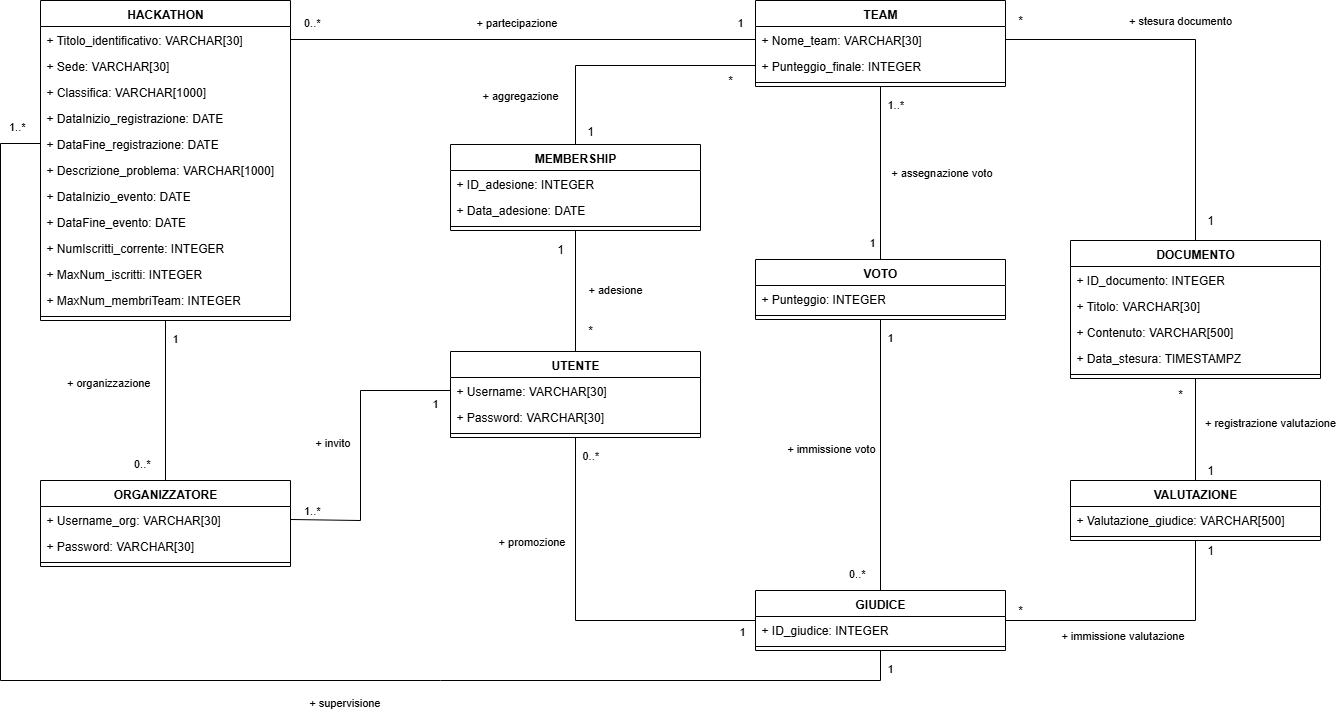
RyoSpikes/ProgettoBasiDati2025 keeps this draw.io diagram as Documentazione/Immagini/Hackathon_UMLRistrutturato.png. Above is the earlier version. Source tidied: cells renumbered, new cells last; positions are measured from the earlier drawing's top-left corner, leaving out a move shared by most shapes.
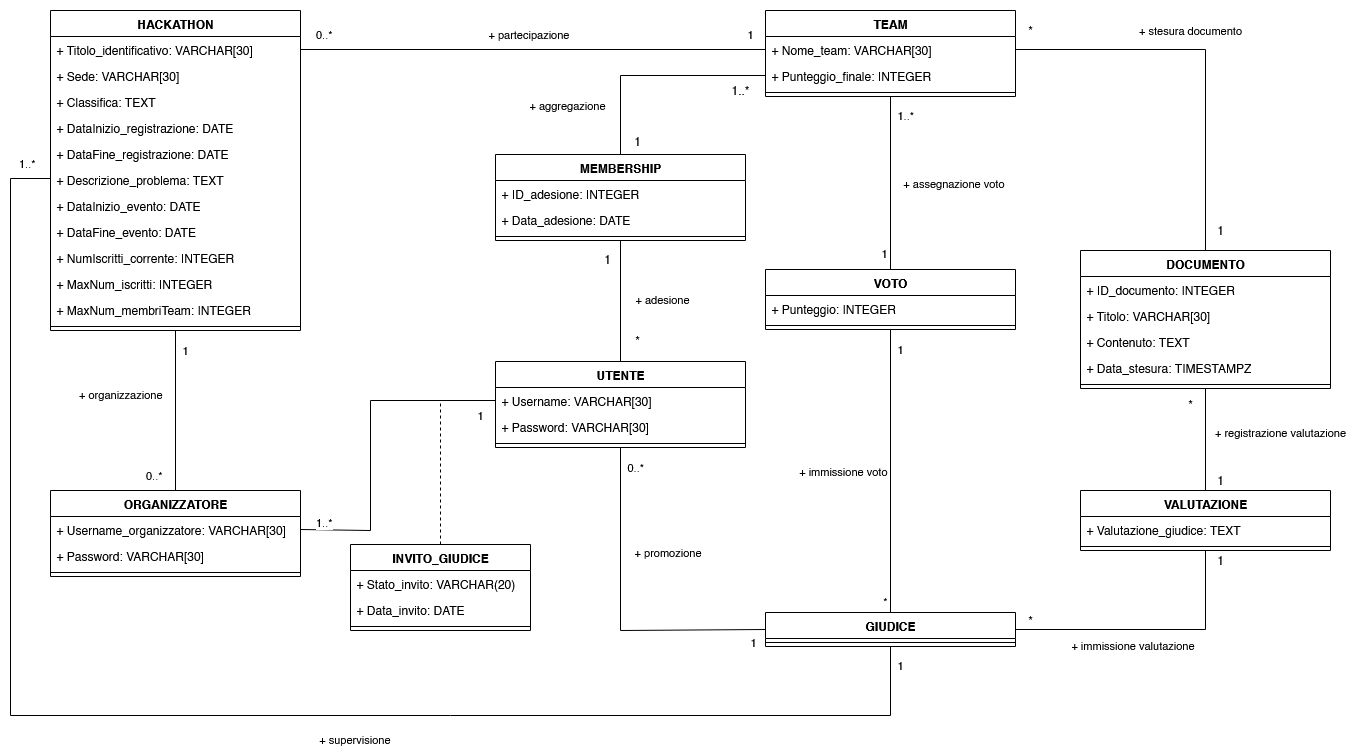
The same diagram one commit later.

Commit message:
Update UML diagram and regenerate LaTeX outputs

What changed in the source:
```diff
@@ -11,7 +11,7 @@
     <mxCell id="4" value="+ Sede: VARCHAR[30]" style="text;strokeColor=none;fillColor=none;align=left;verticalAlign=top;spacingLeft=4;spacingRight=4;overflow=hidden;whiteSpace=wrap;html=1;" parent="2" vertex="1">
       <mxGeometry y="52" width="250" height="26" as="geometry" />
     </mxCell>
-    <mxCell id="5" value="+ Classifica: VARCHAR[1000]" style="text;strokeColor=none;fillColor=none;align=left;verticalAlign=top;spacingLeft=4;spacingRight=4;overflow=hidden;whiteSpace=wrap;html=1;" parent="2" vertex="1">
+    <mxCell id="5" value="+ Classifica: TEXT" style="text;strokeColor=none;fillColor=none;align=left;verticalAlign=top;spacingLeft=4;spacingRight=4;overflow=hidden;whiteSpace=wrap;html=1;" parent="2" vertex="1">
       <mxGeometry y="78" width="250" height="26" as="geometry" />
     </mxCell>
     <mxCell id="6" value="+ DataInizio_registrazione: DATE" style="text;strokeColor=none;fillColor=none;align=left;verticalAlign=top;spacingLeft=4;spacingRight=4;overflow=hidden;whiteSpace=wrap;html=1;" parent="2" vertex="1">
@@ -20,7 +20,7 @@
     <mxCell id="7" value="+ DataFine_registrazione:&amp;nbsp;DATE" style="text;strokeColor=none;fillColor=none;align=left;verticalAlign=top;spacingLeft=4;spacingRight=4;overflow=hidden;points=[[0,0.5],[1,0.5]];portConstraint=eastwest;whiteSpace=wrap;html=1;" parent="2" vertex="1">
       <mxGeometry y="130" width="250" height="26" as="geometry" />
     </mxCell>
-    <mxCell id="8" value="+ Descrizione_problema: VARCHAR[1000]" style="text;strokeColor=none;fillColor=none;align=left;verticalAlign=top;spacingLeft=4;spacingRight=4;overflow=hidden;whiteSpace=wrap;html=1;" parent="2" vertex="1">
+    <mxCell id="8" value="+ Descrizione_problema: TEXT" style="text;strokeColor=none;fillColor=none;align=left;verticalAlign=top;spacingLeft=4;spacingRight=4;overflow=hidden;whiteSpace=wrap;html=1;" parent="2" vertex="1">
       <mxGeometry y="156" width="250" height="26" as="geometry" />
     </mxCell>
     <mxCell id="9" value="+ DataInizio_evento: DATE" style="text;strokeColor=none;fillColor=none;align=left;verticalAlign=top;spacingLeft=4;spacingRight=4;overflow=hidden;whiteSpace=wrap;html=1;" parent="2" vertex="1">
@@ -35,9 +35,9 @@
     <mxCell id="12" value="+ MaxNum_iscritti: INTEGER" style="text;strokeColor=none;fillColor=none;align=left;verticalAlign=top;spacingLeft=4;spacingRight=4;overflow=hidden;whiteSpace=wrap;html=1;" parent="2" vertex="1">
       <mxGeometry y="260" width="250" height="26" as="geometry" />
     </mxCell>
-    <mxCell id="13" value="+ MaxNum_membriTeam&lt;span style=&quot;background-color: transparent; color: light-dark(rgb(0, 0, 0), rgb(255, 255, 255));&quot;&gt;: INTEGER&lt;/span&gt;" style="text;strokeColor=none;fillColor=none;align=left;verticalAlign=top;spacingLeft=4;spacingRight=4;overflow=hidden;whiteSpace=wrap;html=1;" parent="2" vertex="1">
-      <mxGeometry y="286" width="250" height="26" as="geometry" />
-    </mxCell>
+    <mxCell id="94" value="+ MaxNum_membriTeam: INTEGER" style="text;strokeColor=none;fillColor=none;align=left;verticalAlign=top;spacingLeft=4;spacingRight=4;overflow=hidden;whiteSpace=wrap;html=1;" parent="2" vertex="1">
+      <mxGeometry y="286" width="250" height="26" as="geometry" />
+    </mxCell>
     <mxCell id="14" style="line;strokeWidth=1;fillColor=none;align=left;verticalAlign=middle;spacingTop=-1;spacingLeft=3;spacingRight=3;labelPosition=right;strokeColor=inherit;" parent="2" vertex="1">
       <mxGeometry y="312" width="250" height="8" as="geometry" />
     </mxCell>
@@ -53,11 +53,11 @@
     <mxCell id="18" style="line;strokeWidth=1;fillColor=none;align=left;verticalAlign=middle;spacingTop=-1;spacingLeft=3;spacingRight=3;labelPosition=right;strokeColor=inherit;" parent="15" vertex="1">
       <mxGeometry y="78" width="250" height="8" as="geometry" />
     </mxCell>
-    <mxCell id="19" style="edgeStyle=orthogonalEdgeStyle;rounded=0;jettySize=auto;html=1;exitX=0.5;exitY=0;exitDx=0;exitDy=0;entryX=0.5;entryY=1;entryDx=0;entryDy=0;endArrow=none;endFill=0;" parent="1" edge="1" source="20" target="84">
+    <mxCell id="19" style="rounded=0;jettySize=auto;html=1;exitX=0.5;exitY=0;exitDx=0;exitDy=0;entryX=0.5;entryY=1;entryDx=0;entryDy=0;endArrow=none;endFill=0;" parent="1" edge="1" source="20" target="84">
       <mxGeometry relative="1" as="geometry" />
     </mxCell>
     <mxCell id="20" value="UTENTE" style="swimlane;fontStyle=1;align=center;verticalAlign=top;horizontal=1;startSize=26;whiteSpace=wrap;html=1;" parent="1" vertex="1">
-      <mxGeometry x="450" y="351" width="250" height="86" as="geometry" />
+      <mxGeometry x="485" y="351" width="250" height="86" as="geometry" />
     </mxCell>
     <mxCell id="21" value="+ Username: VARCHAR[30]" style="text;strokeColor=none;fillColor=none;align=left;verticalAlign=top;spacingLeft=4;spacingRight=4;overflow=hidden;points=[[0,0.5],[1,0.5]];portConstraint=eastwest;whiteSpace=wrap;html=1;" parent="20" vertex="1">
       <mxGeometry y="26" width="250" height="26" as="geometry" />
@@ -71,7 +71,7 @@
     <mxCell id="24" value="ORGANIZZATORE" style="swimlane;fontStyle=1;align=center;verticalAlign=top;horizontal=1;startSize=26;whiteSpace=wrap;html=1;" parent="1" vertex="1">
       <mxGeometry x="40" y="480" width="250" height="86" as="geometry" />
     </mxCell>
-    <mxCell id="25" value="+ Username_org: VARCHAR[30]" style="text;strokeColor=none;fillColor=none;align=left;verticalAlign=top;spacingLeft=4;spacingRight=4;overflow=hidden;points=[[0,0.5],[1,0.5]];portConstraint=eastwest;whiteSpace=wrap;html=1;" parent="24" vertex="1">
+    <mxCell id="25" value="+ Username_organizzatore: VARCHAR[30]" style="text;strokeColor=none;fillColor=none;align=left;verticalAlign=top;spacingLeft=4;spacingRight=4;overflow=hidden;points=[[0,0.5],[1,0.5]];portConstraint=eastwest;whiteSpace=wrap;html=1;" parent="24" vertex="1">
       <mxGeometry y="26" width="250" height="26" as="geometry" />
     </mxCell>
     <mxCell id="26" value="+ Password: VARCHAR[30]" style="text;strokeColor=none;fillColor=none;align=left;verticalAlign=top;spacingLeft=4;spacingRight=4;overflow=hidden;whiteSpace=wrap;html=1;" parent="24" vertex="1">
@@ -84,13 +84,10 @@
       <mxGeometry relative="1" as="geometry" />
     </mxCell>
     <mxCell id="29" value="GIUDICE" style="swimlane;fontStyle=1;align=center;verticalAlign=top;horizontal=1;startSize=26;whiteSpace=wrap;html=1;" parent="1" vertex="1">
-      <mxGeometry x="755" y="590" width="250" height="60" as="geometry" />
+      <mxGeometry x="755" y="602" width="250" height="34" as="geometry" />
     </mxCell>
-    <mxCell id="30" value="+ ID_giudice: INTEGER" style="text;strokeColor=none;fillColor=none;align=left;verticalAlign=top;spacingLeft=4;spacingRight=4;overflow=hidden;whiteSpace=wrap;html=1;" parent="29" vertex="1">
-      <mxGeometry y="26" width="250" height="26" as="geometry" />
-    </mxCell>
     <mxCell id="31" style="line;strokeWidth=1;fillColor=none;align=left;verticalAlign=middle;spacingTop=-1;spacingLeft=3;spacingRight=3;labelPosition=right;strokeColor=inherit;" parent="29" vertex="1">
-      <mxGeometry y="52" width="250" height="8" as="geometry" />
+      <mxGeometry y="26" width="250" height="8" as="geometry" />
     </mxCell>
     <mxCell id="32" style="edgeStyle=orthogonalEdgeStyle;rounded=0;jettySize=auto;html=1;exitX=0.5;exitY=0;exitDx=0;exitDy=0;entryX=1;entryY=0.5;entryDx=0;entryDy=0;endArrow=none;endFill=0;" parent="1" edge="1" source="33" target="16">
       <mxGeometry relative="1" as="geometry" />
@@ -104,7 +101,7 @@
     <mxCell id="35" value="+ Titolo: VARCHAR[30]" style="text;strokeColor=none;fillColor=none;align=left;verticalAlign=top;spacingLeft=4;spacingRight=4;overflow=hidden;whiteSpace=wrap;html=1;" parent="33" vertex="1">
       <mxGeometry y="52" width="250" height="26" as="geometry" />
     </mxCell>
-    <mxCell id="36" value="+ Contenuto: VARCHAR[500]" style="text;strokeColor=none;fillColor=none;align=left;verticalAlign=top;spacingLeft=4;spacingRight=4;overflow=hidden;whiteSpace=wrap;html=1;" parent="33" vertex="1">
+    <mxCell id="36" value="+ Contenuto: TEXT" style="text;strokeColor=none;fillColor=none;align=left;verticalAlign=top;spacingLeft=4;spacingRight=4;overflow=hidden;whiteSpace=wrap;html=1;" parent="33" vertex="1">
       <mxGeometry y="78" width="250" height="26" as="geometry" />
     </mxCell>
     <mxCell id="37" value="+ Data_stesura: TIMESTAMPZ" style="text;strokeColor=none;fillColor=none;align=left;verticalAlign=top;spacingLeft=4;spacingRight=4;overflow=hidden;whiteSpace=wrap;html=1;" parent="33" vertex="1">
@@ -128,7 +125,7 @@
     <mxCell id="43" value="&lt;div&gt;VALUTAZIONE&lt;/div&gt;&lt;div&gt;&lt;br&gt;&lt;/div&gt;" style="swimlane;fontStyle=1;align=center;verticalAlign=top;horizontal=1;startSize=26;whiteSpace=wrap;html=1;" parent="1" vertex="1">
       <mxGeometry x="1070" y="480" width="250" height="60" as="geometry" />
     </mxCell>
-    <mxCell id="44" value="+ Valutazione_giudice: VARCHAR[500]" style="text;strokeColor=none;fillColor=none;align=left;verticalAlign=top;spacingLeft=4;spacingRight=4;overflow=hidden;whiteSpace=wrap;html=1;" parent="43" vertex="1">
+    <mxCell id="44" value="+ Valutazione_giudice: TEXT" style="text;strokeColor=none;fillColor=none;align=left;verticalAlign=top;spacingLeft=4;spacingRight=4;overflow=hidden;whiteSpace=wrap;html=1;" parent="43" vertex="1">
       <mxGeometry y="26" width="250" height="26" as="geometry" />
     </mxCell>
     <mxCell id="45" style="line;strokeWidth=1;fillColor=none;align=left;verticalAlign=middle;spacingTop=-1;spacingLeft=3;spacingRight=3;labelPosition=right;strokeColor=inherit;" parent="43" vertex="1">
@@ -152,11 +149,6 @@
         <mxPoint x="-15" y="-90" as="offset" />
       </mxGeometry>
     </mxCell>
-    <mxCell id="50" value="+ invito" style="edgeLabel;html=1;align=right;verticalAlign=bottom;" parent="46" vertex="1">
-      <mxGeometry x="1" relative="1" as="geometry">
-        <mxPoint x="185" y="-30" as="offset" />
-      </mxGeometry>
-    </mxCell>
     <mxCell id="51" style="endArrow=none;html=1;rounded=0;entryX=1;entryY=0.5;entryDx=0;entryDy=0;exitX=0;exitY=0.5;exitDx=0;exitDy=0;" parent="1" edge="1" source="21" target="25">
       <mxGeometry relative="1" as="geometry">
         <Array as="points">
@@ -178,7 +170,7 @@
     <mxCell id="54" style="endArrow=none;html=1;rounded=0;exitX=0.5;exitY=1;exitDx=0;exitDy=0;entryX=0;entryY=0.5;entryDx=0;entryDy=0;" parent="1" edge="1" source="20" target="29">
       <mxGeometry relative="1" as="geometry">
         <Array as="points">
-          <mxPoint x="575" y="620" />
+          <mxPoint x="610" y="620" />
         </Array>
       </mxGeometry>
     </mxCell>
@@ -194,7 +186,7 @@
     </mxCell>
     <mxCell id="57" value="+ promozione" style="edgeLabel;html=1;align=right;verticalAlign=bottom;" parent="54" vertex="1">
       <mxGeometry x="1" relative="1" as="geometry">
-        <mxPoint x="-190" y="-71" as="offset" />
+        <mxPoint x="-65" y="-71" as="offset" />
       </mxGeometry>
     </mxCell>
     <mxCell id="58" style="endArrow=none;html=1;rounded=0;entryX=0.5;entryY=0;entryDx=0;entryDy=0;exitX=0.5;exitY=1;exitDx=0;exitDy=0;" parent="1" edge="1" source="39" target="29">
@@ -205,9 +197,9 @@
         <mxPoint x="5" y="26" as="offset" />
       </mxGeometry>
     </mxCell>
-    <mxCell id="60" value="0..*" style="edgeLabel;html=1;align=right;verticalAlign=bottom;" parent="58" vertex="1">
+    <mxCell id="60" value="*" style="edgeLabel;html=1;align=right;verticalAlign=bottom;" parent="58" vertex="1">
       <mxGeometry x="1" relative="1" as="geometry">
-        <mxPoint x="-15" y="-9" as="offset" />
+        <mxPoint x="-5" y="-4" as="offset" />
       </mxGeometry>
     </mxCell>
     <mxCell id="61" value="&lt;div&gt;+ immissione voto&lt;/div&gt;" style="edgeLabel;html=1;align=right;verticalAlign=bottom;" parent="58" vertex="1">
@@ -215,12 +207,13 @@
         <mxPoint x="-5" y="-134" as="offset" />
       </mxGeometry>
     </mxCell>
-    <mxCell id="62" style="endArrow=none;html=1;rounded=0;entryX=0;entryY=0.5;entryDx=0;entryDy=0;exitX=0.5;exitY=1;exitDx=0;exitDy=0;" parent="1" edge="1" source="29" target="7">
+    <mxCell id="62" style="endArrow=none;html=1;rounded=0;entryX=0;entryY=0.5;entryDx=0;entryDy=0;exitX=0.5;exitY=1;exitDx=0;exitDy=0;" parent="1" edge="1" source="29">
       <mxGeometry relative="1" as="geometry">
+        <mxPoint x="40" y="168" as="targetPoint" />
         <Array as="points">
-          <mxPoint x="880" y="680" />
-          <mxPoint y="680" />
-          <mxPoint y="143" />
+          <mxPoint x="880" y="705" />
+          <mxPoint y="705" />
+          <mxPoint y="168" />
         </Array>
       </mxGeometry>
     </mxCell>
@@ -306,7 +299,7 @@
       <mxGeometry relative="1" as="geometry" />
     </mxCell>
     <mxCell id="84" value="MEMBERSHIP" style="swimlane;fontStyle=1;align=center;verticalAlign=top;horizontal=1;startSize=26;whiteSpace=wrap;html=1;" parent="1" vertex="1">
-      <mxGeometry x="450" y="144" width="250" height="86" as="geometry" />
+      <mxGeometry x="485" y="144" width="250" height="86" as="geometry" />
     </mxCell>
     <mxCell id="85" value="+ ID_adesione: INTEGER" style="text;strokeColor=none;fillColor=none;align=left;verticalAlign=top;spacingLeft=4;spacingRight=4;overflow=hidden;whiteSpace=wrap;html=1;" parent="84" vertex="1">
       <mxGeometry y="26" width="250" height="26" as="geometry" />
@@ -318,22 +311,39 @@
       <mxGeometry y="78" width="250" height="8" as="geometry" />
     </mxCell>
     <mxCell id="88" value="*" style="text;html=1;align=center;verticalAlign=middle;whiteSpace=wrap;rounded=0;" parent="1" vertex="1">
-      <mxGeometry x="580" y="320" width="20" height="20" as="geometry" />
+      <mxGeometry x="617" y="320" width="20" height="20" as="geometry" />
     </mxCell>
     <mxCell id="89" value="&lt;font style=&quot;font-size: 11px;&quot;&gt;+ adesione&lt;/font&gt;" style="text;html=1;align=center;verticalAlign=middle;whiteSpace=wrap;rounded=0;" parent="1" vertex="1">
-      <mxGeometry x="580" y="274" width="70" height="30" as="geometry" />
+      <mxGeometry x="617" y="274" width="70" height="30" as="geometry" />
     </mxCell>
     <mxCell id="90" value="1" style="text;html=1;align=center;verticalAlign=middle;whiteSpace=wrap;rounded=0;" parent="1" vertex="1">
-      <mxGeometry x="550" y="239" width="20" height="20" as="geometry" />
+      <mxGeometry x="587" y="239" width="20" height="20" as="geometry" />
     </mxCell>
     <mxCell id="91" value="&lt;font style=&quot;font-size: 11px;&quot;&gt;+ aggregazione&lt;/font&gt;" style="text;html=1;align=center;verticalAlign=middle;whiteSpace=wrap;rounded=0;" parent="1" vertex="1">
-      <mxGeometry x="470" y="80" width="100" height="30" as="geometry" />
+      <mxGeometry x="507" y="80" width="100" height="30" as="geometry" />
     </mxCell>
     <mxCell id="92" value="1" style="text;html=1;align=center;verticalAlign=middle;whiteSpace=wrap;rounded=0;" parent="1" vertex="1">
-      <mxGeometry x="580" y="121" width="20" height="20" as="geometry" />
+      <mxGeometry x="617" y="121" width="20" height="20" as="geometry" />
     </mxCell>
-    <mxCell id="93" value="*" style="text;html=1;align=center;verticalAlign=middle;whiteSpace=wrap;rounded=0;" parent="1" vertex="1">
+    <mxCell id="93" value="1..*" style="text;html=1;align=center;verticalAlign=middle;whiteSpace=wrap;rounded=0;" parent="1" vertex="1">
       <mxGeometry x="720" y="70" width="20" height="20" as="geometry" />
     </mxCell>
+    <mxCell id="95" value="INVITO_GIUDICE" style="swimlane;fontStyle=1;align=center;verticalAlign=top;horizontal=1;startSize=26;whiteSpace=wrap;html=1;" parent="1" vertex="1">
+      <mxGeometry x="340" y="534" width="180" height="86" as="geometry" />
+    </mxCell>
+    <mxCell id="96" value="+ Stato_invito: VARCHAR(20)" style="text;strokeColor=none;fillColor=none;align=left;verticalAlign=top;spacingLeft=4;spacingRight=4;overflow=hidden;whiteSpace=wrap;html=1;" parent="95" vertex="1">
+      <mxGeometry y="26" width="180" height="26" as="geometry" />
+    </mxCell>
+    <mxCell id="97" value="+ Data_invito: DATE" style="text;strokeColor=none;fillColor=none;align=left;verticalAlign=top;spacingLeft=4;spacingRight=4;overflow=hidden;whiteSpace=wrap;html=1;" parent="95" vertex="1">
+      <mxGeometry y="52" width="180" height="26" as="geometry" />
+    </mxCell>
+    <mxCell id="98" style="line;strokeWidth=1;fillColor=none;align=left;verticalAlign=middle;spacingTop=-1;spacingLeft=3;spacingRight=3;labelPosition=right;strokeColor=inherit;" parent="95" vertex="1">
+      <mxGeometry y="78" width="180" height="8" as="geometry" />
+    </mxCell>
+    <mxCell id="99" style="endArrow=none;dashed=1;html=1;rounded=0;exitX=0.5;exitY=0;exitDx=0;exitDy=0;" parent="1" edge="1" source="95">
+      <mxGeometry relative="1" as="geometry">
+        <mxPoint x="430" y="390" as="targetPoint" />
+      </mxGeometry>
+    </mxCell>
   </root>
 </mxGraphModel>
```
